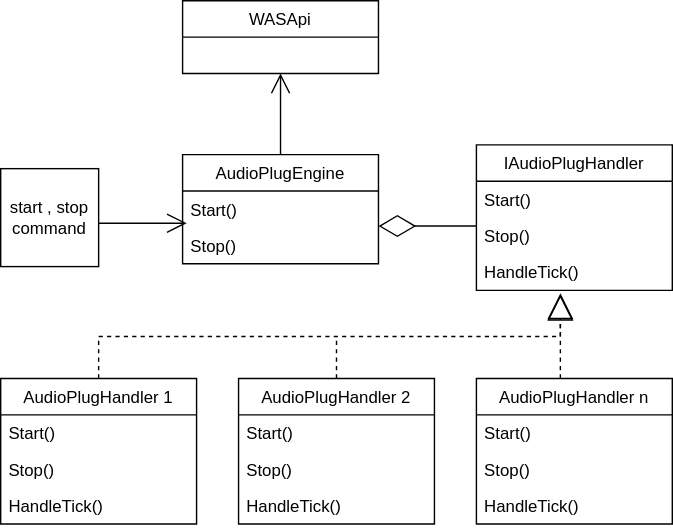
Earlier version of the draw.io export Doc/controleur.drawio.svg (franck-gaspoz/WindowsAudioSessionSample). Source tidied: cells renumbered, new cells last; positions are measured from the earlier drawing's top-left corner, leaving out a move shared by most shapes.
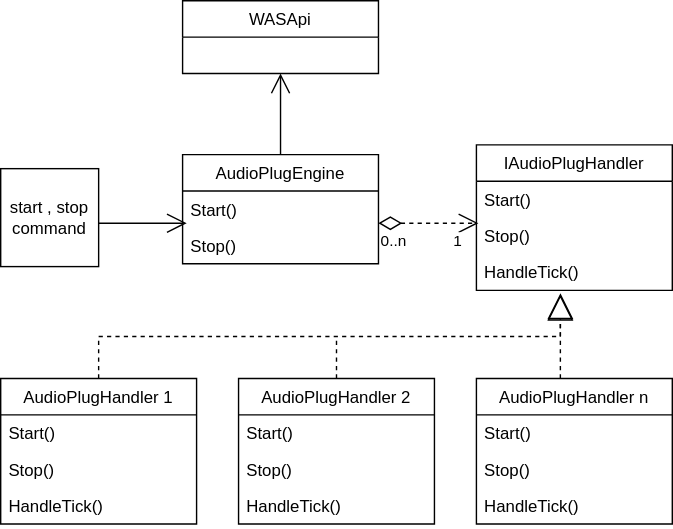
The same file after the commit.

Diff of the diagram source:
```diff
@@ -31,11 +31,6 @@
     <mxCell id="10" value="HandleTick()" style="text;strokeColor=none;fillColor=none;align=left;verticalAlign=top;spacingLeft=4;spacingRight=4;overflow=hidden;points=[[0,0.5],[1,0.5]];portConstraint=eastwest;" parent="7" vertex="1">
       <mxGeometry y="78" width="140" height="26" as="geometry" />
     </mxCell>
-    <mxCell id="11" style="endArrow=diamondThin;endFill=0;endSize=24;html=1;rounded=0;exitX=0;exitY=0.231;exitDx=0;exitDy=0;exitPerimeter=0;" parent="1" edge="1" source="9">
-      <mxGeometry relative="1" as="geometry">
-        <mxPoint x="270" y="161" as="targetPoint" />
-      </mxGeometry>
-    </mxCell>
     <mxCell id="12" value="AudioPlugHandler 1" style="swimlane;fontStyle=0;horizontal=1;startSize=26;fillColor=none;" parent="1" vertex="1">
       <mxGeometry y="270" width="140" height="104" as="geometry" />
     </mxCell>
@@ -101,5 +96,18 @@
         <mxPoint x="240" y="240" as="targetPoint" />
       </mxGeometry>
     </mxCell>
+    <mxCell id="29" style="endArrow=open;html=1;endSize=12;startArrow=diamondThin;startSize=14;startFill=0;edgeStyle=orthogonalEdgeStyle;rounded=0;dashed=1;entryX=0.01;entryY=0.154;entryDx=0;entryDy=0;entryPerimeter=0;" parent="1" edge="1" target="9">
+      <mxGeometry relative="1" as="geometry">
+        <mxPoint x="270" y="159" as="sourcePoint" />
+      </mxGeometry>
+    </mxCell>
+    <mxCell id="30" value="0..n" style="edgeLabel;html=1;align=left;verticalAlign=top;" parent="29" vertex="1">
+      <mxGeometry x="-1" relative="1" as="geometry" />
+    </mxCell>
+    <mxCell id="31" value="1" style="edgeLabel;html=1;align=right;verticalAlign=top;" parent="29" vertex="1">
+      <mxGeometry x="1" relative="1" as="geometry">
+        <mxPoint x="-11" as="offset" />
+      </mxGeometry>
+    </mxCell>
   </root>
 </mxGraphModel>
```
